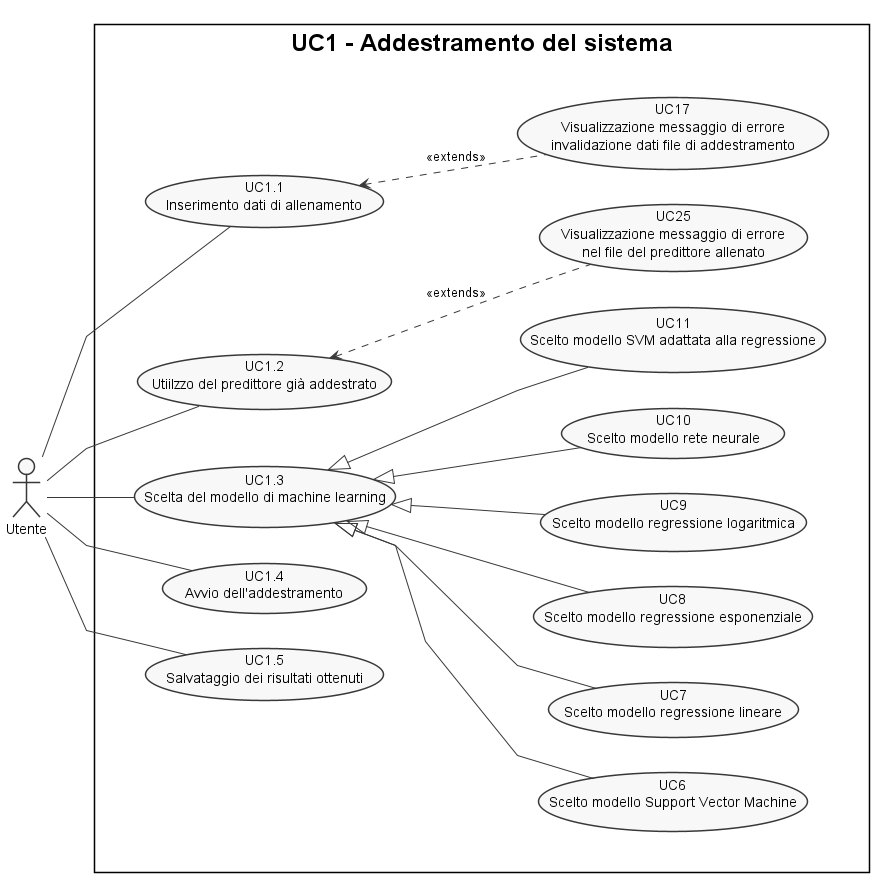
sofiabononi/project-docs keeps this PlantUML diagram as esterni/analisi-dei-requisiti/components/casi-duso/diagrams/out/uc1.png. Above is the earlier version.
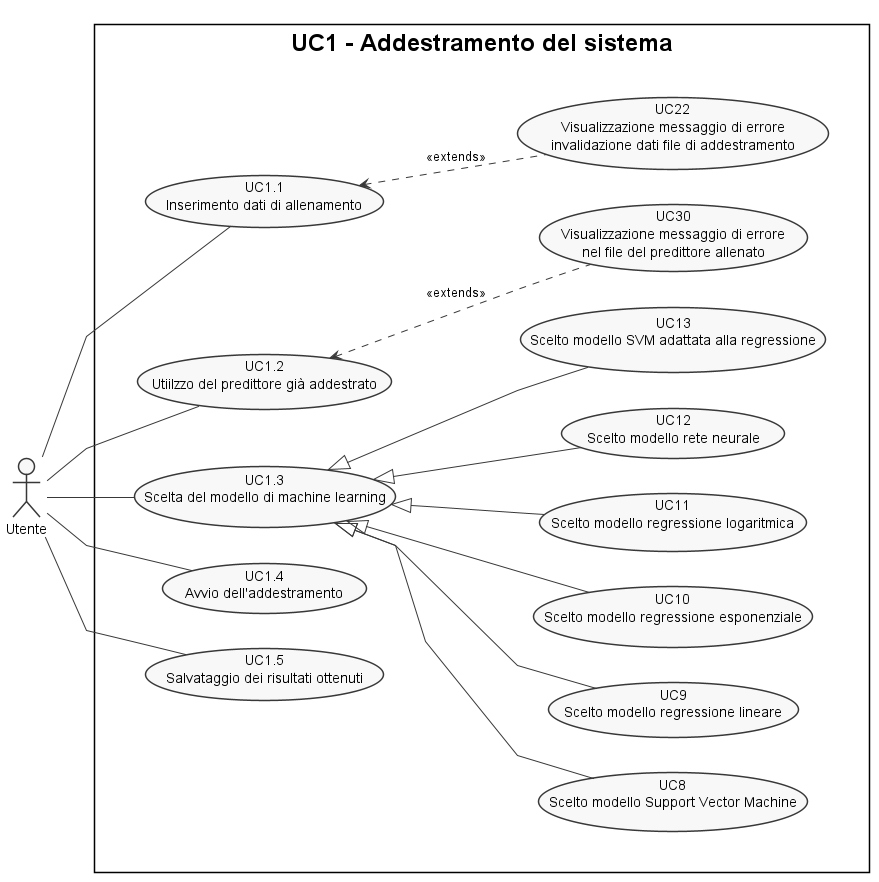
Above is the later version.

What changed in the source:
```diff
@@ -12,14 +12,14 @@
     usecase (UC1.3) as "UC1.3\n Scelta del modello di machine learning\n"
     usecase (UC1.4) as "UC1.4\n Avvio dell'addestramento"
     usecase (UC1.5) as "UC1.5\n Salvataggio dei risultati ottenuti"
-    usecase (UC17) as "UC17\n Visualizzazione messaggio di errore\n invalidazione dati file di addestramento"
-    usecase (UC25) as "UC25\n  Visualizzazione messaggio di errore\n nel file del predittore allenato"
-    usecase (UC6) as "UC6\n Scelto modello Support Vector Machine"
-    usecase (UC7) as "UC7\n Scelto modello regressione lineare"
-    usecase (UC8) as "UC8\n Scelto modello regressione esponenziale"
-    usecase (UC9) as "UC9\n Scelto modello regressione logaritmica"
-    usecase (UC10) as "UC10\n Scelto modello rete neurale"
-    usecase (UC11) as "UC11\n Scelto modello SVM adattata alla regressione"
+    usecase (UC22) as "UC22\n Visualizzazione messaggio di errore\n invalidazione dati file di addestramento"
+    usecase (UC30) as "UC30\n  Visualizzazione messaggio di errore\n nel file del predittore allenato"
+    usecase (UC8) as "UC8\n Scelto modello Support Vector Machine"
+    usecase (UC9) as "UC9\n Scelto modello regressione lineare"
+    usecase (UC10) as "UC10\n Scelto modello regressione esponenziale"
+    usecase (UC11) as "UC11\n Scelto modello regressione logaritmica"
+    usecase (UC12) as "UC12\n Scelto modello rete neurale"
+    usecase (UC13) as "UC13\n Scelto modello SVM adattata alla regressione"
   }
 }
 
@@ -29,13 +29,13 @@
 :A: -- (UC1.4)
 :A: -- (UC1.5)
 
-(UC1.1) <.. (UC17) : <<extends>>
-(UC1.2) <.. (UC25) : <<extends>>
-(UC1.3) <|-- (UC6)
-(UC1.3) <|-- (UC7)
+(UC1.1) <.. (UC22) : <<extends>>
+(UC1.2) <.. (UC30) : <<extends>>
 (UC1.3) <|-- (UC8)
 (UC1.3) <|-- (UC9)
 (UC1.3) <|-- (UC10)
 (UC1.3) <|-- (UC11)
+(UC1.3) <|-- (UC12)
+(UC1.3) <|-- (UC13)
 
 @enduml
```
